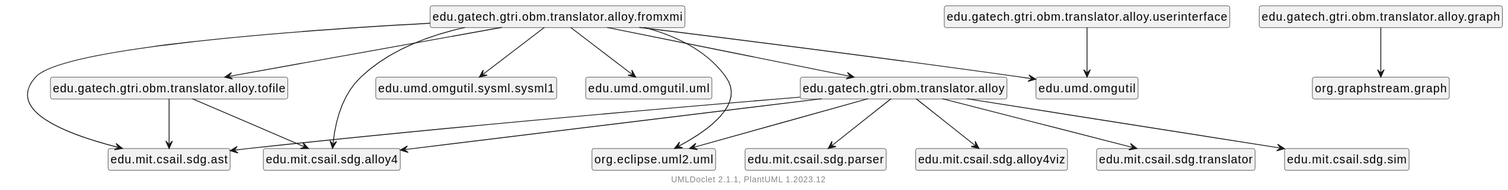
Earlier version of the PlantUML export package-dependencies.svg (ontological-behavior-modeling/tester).
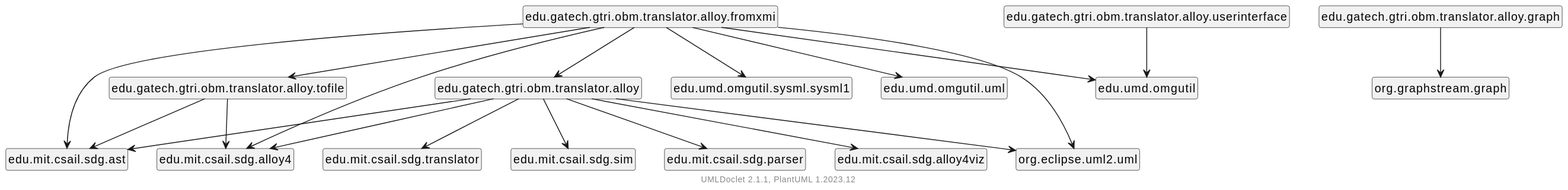
After the change.

Diff of the diagram source:
```diff
@@ -5,33 +5,33 @@
     hide empty fields
     hide empty methods
 
+    edu.gatech.gtri.obm.translator.alloy --> org.eclipse.uml2.uml
+    edu.gatech.gtri.obm.translator.alloy --> edu.mit.csail.sdg.parser
+    edu.gatech.gtri.obm.translator.alloy --> edu.mit.csail.sdg.ast
     edu.gatech.gtri.obm.translator.alloy --> edu.mit.csail.sdg.alloy4viz
     edu.gatech.gtri.obm.translator.alloy --> edu.mit.csail.sdg.translator
     edu.gatech.gtri.obm.translator.alloy --> edu.mit.csail.sdg.alloy4
-    edu.gatech.gtri.obm.translator.alloy --> edu.mit.csail.sdg.ast
     edu.gatech.gtri.obm.translator.alloy --> edu.mit.csail.sdg.sim
-    edu.gatech.gtri.obm.translator.alloy --> edu.mit.csail.sdg.parser
-    edu.gatech.gtri.obm.translator.alloy --> org.eclipse.uml2.uml
+    edu.gatech.gtri.obm.translator.alloy.graph --> org.graphstream.graph
+    edu.gatech.gtri.obm.translator.alloy.tofile --> edu.mit.csail.sdg.ast
+    edu.gatech.gtri.obm.translator.alloy.tofile --> edu.mit.csail.sdg.alloy4
     edu.gatech.gtri.obm.translator.alloy.fromxmi --> edu.gatech.gtri.obm.translator.alloy.tofile
-    edu.gatech.gtri.obm.translator.alloy.fromxmi --> edu.mit.csail.sdg.ast
-    edu.gatech.gtri.obm.translator.alloy.fromxmi --> edu.mit.csail.sdg.alloy4
-    edu.gatech.gtri.obm.translator.alloy.fromxmi --> edu.gatech.gtri.obm.translator.alloy
     edu.gatech.gtri.obm.translator.alloy.fromxmi --> edu.umd.omgutil.sysml.sysml1
     edu.gatech.gtri.obm.translator.alloy.fromxmi --> edu.umd.omgutil
     edu.gatech.gtri.obm.translator.alloy.fromxmi --> org.eclipse.uml2.uml
+    edu.gatech.gtri.obm.translator.alloy.fromxmi --> edu.mit.csail.sdg.ast
     edu.gatech.gtri.obm.translator.alloy.fromxmi --> edu.umd.omgutil.uml
-    edu.gatech.gtri.obm.translator.alloy.graph --> org.graphstream.graph
+    edu.gatech.gtri.obm.translator.alloy.fromxmi --> edu.gatech.gtri.obm.translator.alloy
+    edu.gatech.gtri.obm.translator.alloy.fromxmi --> edu.mit.csail.sdg.alloy4
     edu.gatech.gtri.obm.translator.alloy.userinterface --> edu.umd.omgutil
-    edu.gatech.gtri.obm.translator.alloy.tofile --> edu.mit.csail.sdg.ast
-    edu.gatech.gtri.obm.translator.alloy.tofile --> edu.mit.csail.sdg.alloy4
 
     class "edu.gatech.gtri.obm.translator.alloy" [[edu/gatech/gtri/obm/translator/alloy/package-summary.html]] {
     }
-    class "edu.gatech.gtri.obm.translator.alloy.fromxmi" [[edu/gatech/gtri/obm/translator/alloy/fromxmi/package-summary.html]] {
+    class "edu.gatech.gtri.obm.translator.alloy.graph" [[edu/gatech/gtri/obm/translator/alloy/graph/package-summary.html]] {
     }
     class "edu.gatech.gtri.obm.translator.alloy.tofile" [[edu/gatech/gtri/obm/translator/alloy/tofile/package-summary.html]] {
     }
-    class "edu.gatech.gtri.obm.translator.alloy.graph" [[edu/gatech/gtri/obm/translator/alloy/graph/package-summary.html]] {
+    class "edu.gatech.gtri.obm.translator.alloy.fromxmi" [[edu/gatech/gtri/obm/translator/alloy/fromxmi/package-summary.html]] {
     }
     class "edu.gatech.gtri.obm.translator.alloy.userinterface" [[edu/gatech/gtri/obm/translator/alloy/userinterface/package-summary.html]] {
     }
```
